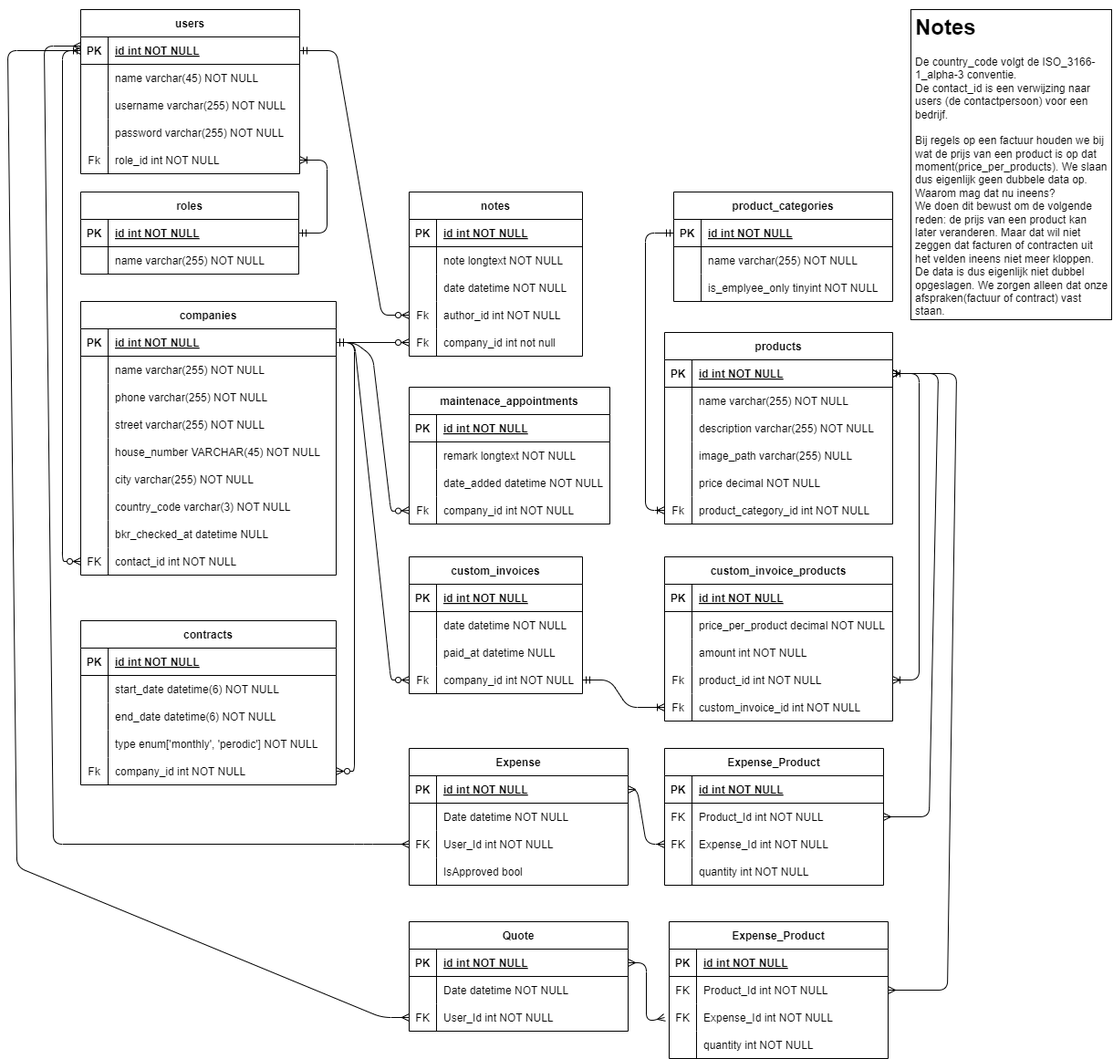
vampirewolfB/E3_Barroc_Intens_Team_Purple keeps this draw.io diagram as erd.drawio.png. Above is the earlier version. Source tidied: cells renumbered, new cells last; positions are measured from the earlier drawing's top-left corner, leaving out a move shared by most shapes.
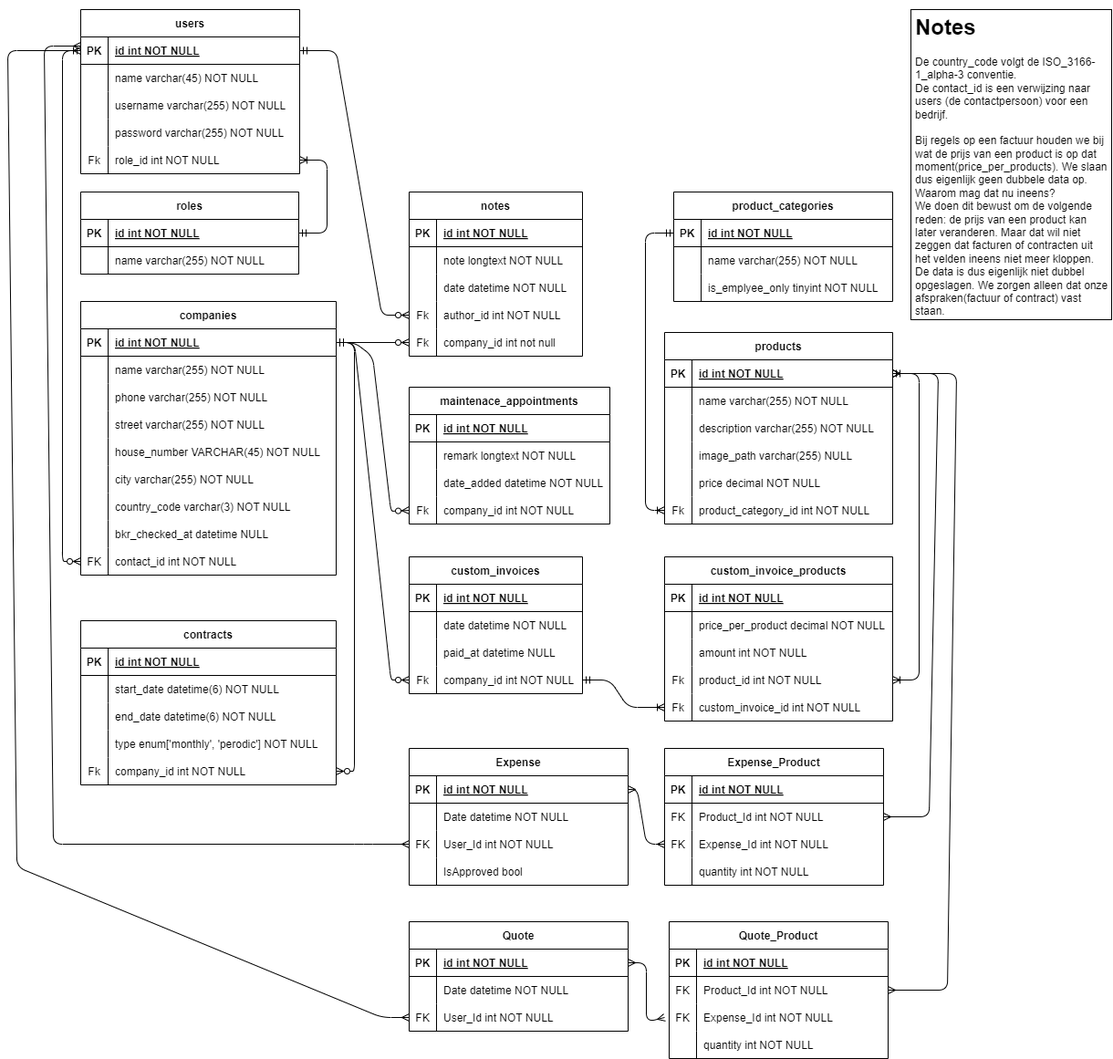
After the change.

Commit message:
fixed naming of Quote_Product table

Change to the diagram source:
```diff
@@ -689,7 +689,7 @@
     <mxCell id="207" value="User_Id int NOT NULL" style="shape=partialRectangle;overflow=hidden;fillColor=none;align=left;top=0;left=0;bottom=0;right=0;spacingLeft=6;" parent="205" vertex="1">
       <mxGeometry x="30" width="210" height="30" as="geometry" />
     </mxCell>
-    <mxCell id="208" value="Expense_Product" style="shape=table;startSize=30;rowLines=0;fontStyle=1;align=center;" parent="1" vertex="1">
+    <mxCell id="208" value="Quote_Product" style="shape=table;startSize=30;rowLines=0;fontStyle=1;align=center;" parent="1" vertex="1">
       <mxGeometry x="725" y="1000" width="240" height="150" as="geometry" />
     </mxCell>
     <mxCell id="209" style="shape=tableRow;horizontal=0;startSize=0;swimlaneHead=0;swimlaneBody=0;fillColor=none;top=0;left=0;right=0;bottom=1;" parent="208" vertex="1">
```
